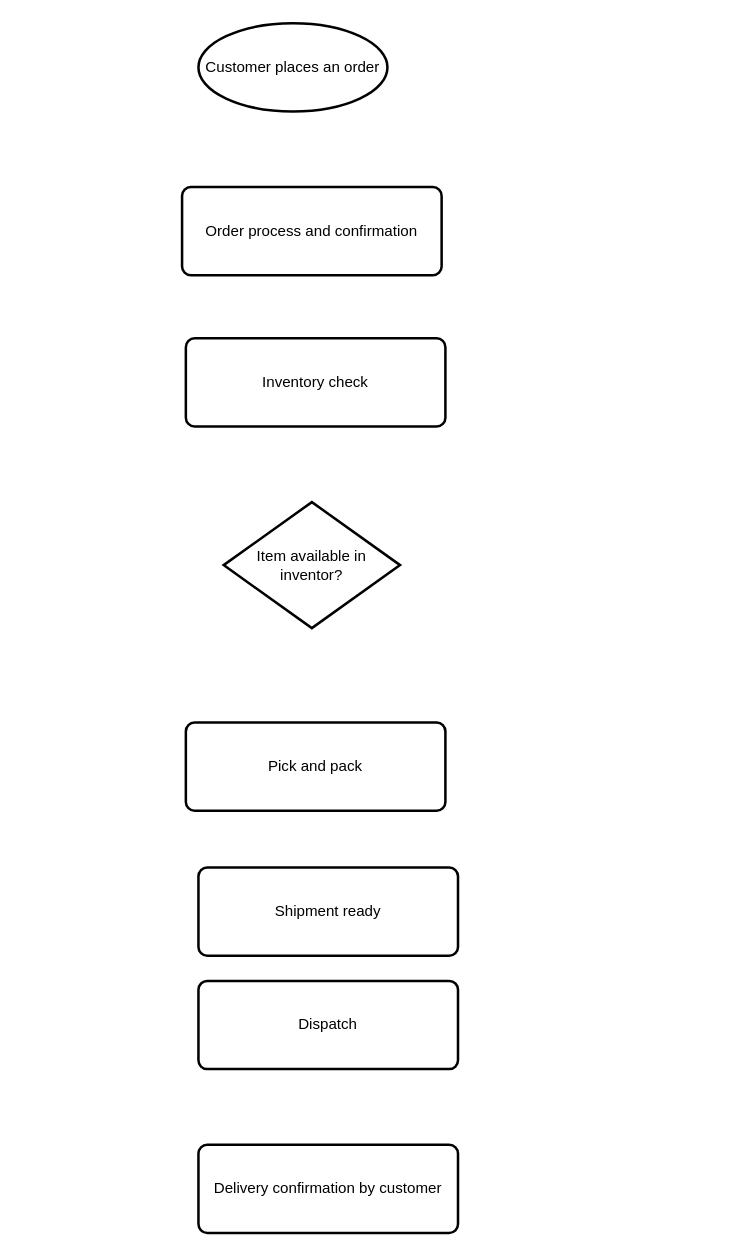
Above: Untitled Diagram.drawio in rrajdeep/cv (draw.io), before the change. Source tidied: cells renumbered, new cells numbered last; positions are measured from the earlier drawing's top-left corner, leaving out a move shared by most shapes. Both pictures are drawn from the tidied source at 126%, with x=0, y=0 at pixel (181, 23).
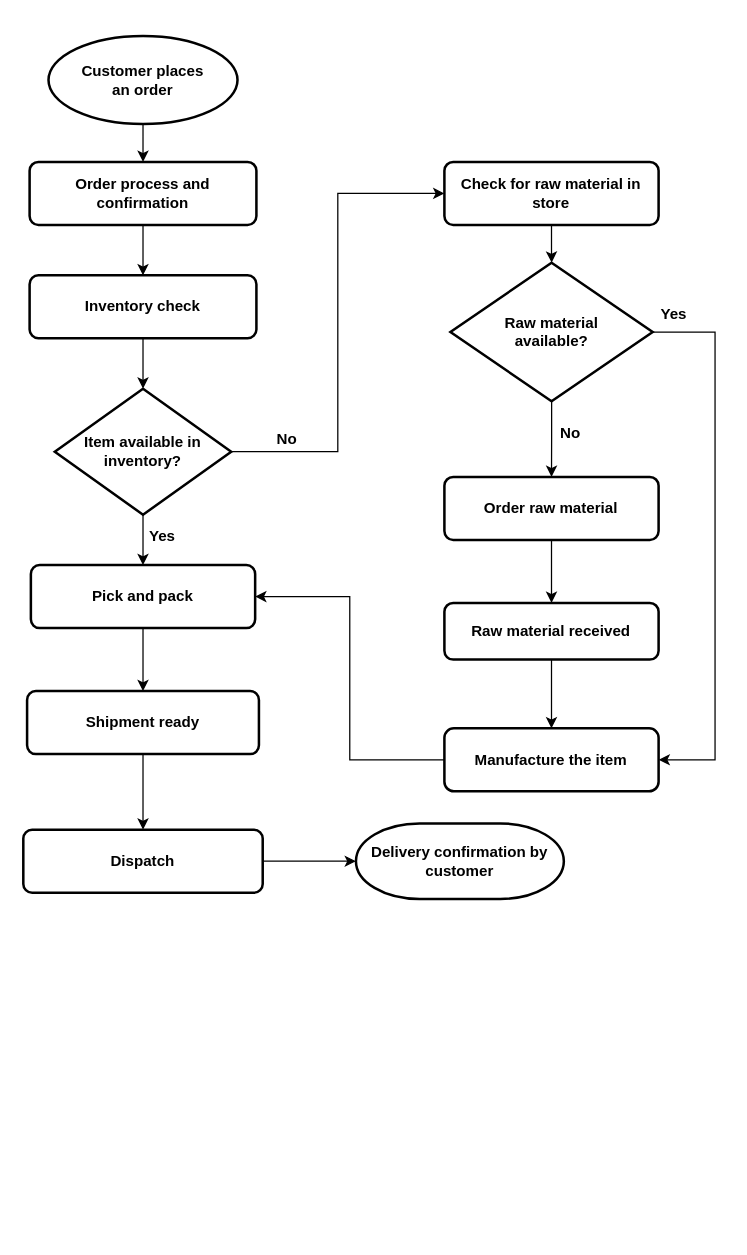
The same page after the edit.

Change to the diagram source:
```diff
@@
+    <mxCell id="10" style="edgeStyle=orthogonalEdgeStyle;rounded=0;jettySize=auto;html=1;entryX=0;entryY=0.5;entryDx=0;entryDy=0;" parent="1" edge="1" source="2" target="19">
+      <mxGeometry relative="1" as="geometry" />
+    </mxCell>
+    <mxCell id="11" style="edgeStyle=orthogonalEdgeStyle;rounded=0;jettySize=auto;html=1;" parent="1" edge="1" source="2" target="3">
+      <mxGeometry relative="1" as="geometry" />
+    </mxCell>
-    <mxCell id="2" value="Item available in inventor?" style="strokeWidth=2;html=1;shape=mxgraph.flowchart.decision;whiteSpace=wrap;" parent="1" vertex="1">
-      <mxGeometry x="33" y="380" width="140" height="100" as="geometry" />
+    <mxCell id="2" value="Item available in inventory?" style="strokeWidth=2;html=1;shape=mxgraph.flowchart.decision;whiteSpace=wrap;fontStyle=1;" parent="1" vertex="1">
+      <mxGeometry x="-101" y="290" width="140" height="100" as="geometry" />
     </mxCell>
+    <mxCell id="12" style="edgeStyle=orthogonalEdgeStyle;rounded=0;jettySize=auto;html=1;entryX=0.5;entryY=0;entryDx=0;entryDy=0;" parent="1" edge="1" source="3" target="4">
+      <mxGeometry relative="1" as="geometry" />
+    </mxCell>
-    <mxCell id="3" value="Pick and pack" style="rounded=1;whiteSpace=wrap;html=1;absoluteArcSize=1;arcSize=14;strokeWidth=2;" parent="1" vertex="1">
-      <mxGeometry x="3" y="555" width="206" height="70" as="geometry" />
+    <mxCell id="3" value="Pick and pack" style="rounded=1;whiteSpace=wrap;html=1;absoluteArcSize=1;arcSize=14;strokeWidth=2;fontStyle=1;" parent="1" vertex="1">
+      <mxGeometry x="-120" y="430" width="178" height="50" as="geometry" />
     </mxCell>
+    <mxCell id="13" style="edgeStyle=orthogonalEdgeStyle;rounded=0;jettySize=auto;html=1;" parent="1" edge="1" source="4" target="5">
+      <mxGeometry relative="1" as="geometry" />
+    </mxCell>
-    <mxCell id="4" value="Shipment ready" style="rounded=1;whiteSpace=wrap;html=1;absoluteArcSize=1;arcSize=14;strokeWidth=2;" parent="1" vertex="1">
-      <mxGeometry x="13" y="670" width="206" height="70" as="geometry" />
+    <mxCell id="4" value="Shipment ready" style="rounded=1;whiteSpace=wrap;html=1;absoluteArcSize=1;arcSize=14;strokeWidth=2;fontStyle=1;" parent="1" vertex="1">
+      <mxGeometry x="-123" y="530" width="184" height="50" as="geometry" />
     </mxCell>
+    <mxCell id="14" style="edgeStyle=orthogonalEdgeStyle;rounded=0;jettySize=auto;html=1;" parent="1" edge="1" source="5" target="6">
+      <mxGeometry relative="1" as="geometry" />
+    </mxCell>
-    <mxCell id="5" value="Dispatch" style="rounded=1;whiteSpace=wrap;html=1;absoluteArcSize=1;arcSize=14;strokeWidth=2;" parent="1" vertex="1">
-      <mxGeometry x="13" y="760" width="206" height="70" as="geometry" />
+    <mxCell id="5" value="Dispatch" style="rounded=1;whiteSpace=wrap;html=1;absoluteArcSize=1;arcSize=14;strokeWidth=2;fontStyle=1;" parent="1" vertex="1">
+      <mxGeometry x="-126" y="640" width="190" height="50" as="geometry" />
     </mxCell>
+    <mxCell id="15" style="edgeStyle=orthogonalEdgeStyle;rounded=0;jettySize=auto;html=1;" parent="1" edge="1" source="7" target="2">
+      <mxGeometry relative="1" as="geometry" />
+    </mxCell>
+    <mxCell id="7" value="Inventory check" style="rounded=1;whiteSpace=wrap;html=1;absoluteArcSize=1;arcSize=14;strokeWidth=2;fontStyle=1;" parent="1" vertex="1">
+      <mxGeometry x="-121" y="200" width="180" height="50" as="geometry" />
+    </mxCell>
+    <mxCell id="16" style="edgeStyle=orthogonalEdgeStyle;rounded=0;jettySize=auto;html=1;entryX=0.5;entryY=0;entryDx=0;entryDy=0;" parent="1" edge="1" source="8" target="7">
+      <mxGeometry relative="1" as="geometry" />
+    </mxCell>
+    <mxCell id="8" value="Order process and confirmation" style="rounded=1;whiteSpace=wrap;html=1;absoluteArcSize=1;arcSize=14;strokeWidth=2;fontStyle=1;" parent="1" vertex="1">
+      <mxGeometry x="-121" y="110" width="180" height="50" as="geometry" />
+    </mxCell>
+    <mxCell id="17" style="edgeStyle=orthogonalEdgeStyle;rounded=0;jettySize=auto;html=1;" parent="1" edge="1" source="9" target="8">
+      <mxGeometry relative="1" as="geometry" />
+    </mxCell>
+    <mxCell id="9" value="Customer places &lt;br&gt;an order" style="strokeWidth=2;html=1;shape=mxgraph.flowchart.start_1;whiteSpace=wrap;fontStyle=1;" parent="1" vertex="1">
+      <mxGeometry x="-106" y="10" width="150" height="70" as="geometry" />
+    </mxCell>
+    <mxCell id="18" style="edgeStyle=orthogonalEdgeStyle;rounded=0;jettySize=auto;html=1;" parent="1" edge="1" source="19" target="22">
+      <mxGeometry relative="1" as="geometry" />
+    </mxCell>
+    <mxCell id="19" value="Check for raw material in store" style="rounded=1;whiteSpace=wrap;html=1;absoluteArcSize=1;arcSize=14;strokeWidth=2;fontStyle=1;" parent="1" vertex="1">
+      <mxGeometry x="208.2" y="110" width="170" height="50" as="geometry" />
+    </mxCell>
+    <mxCell id="20" style="edgeStyle=orthogonalEdgeStyle;rounded=0;jettySize=auto;html=1;entryX=0.5;entryY=0;entryDx=0;entryDy=0;" parent="1" edge="1" source="22" target="26">
+      <mxGeometry relative="1" as="geometry" />
+    </mxCell>
+    <mxCell id="21" style="edgeStyle=orthogonalEdgeStyle;rounded=0;jettySize=auto;html=1;entryX=1;entryY=0.5;entryDx=0;entryDy=0;" parent="1" edge="1" source="22" target="24">
+      <mxGeometry relative="1" as="geometry">
+        <Array as="points">
+          <mxPoint x="423" y="245" />
+          <mxPoint x="423" y="584" />
+        </Array>
+      </mxGeometry>
+    </mxCell>
+    <mxCell id="22" value="Raw material &lt;br&gt;available?" style="strokeWidth=2;html=1;shape=mxgraph.flowchart.decision;whiteSpace=wrap;fontStyle=1;" parent="1" vertex="1">
+      <mxGeometry x="213" y="190" width="160.5" height="110" as="geometry" />
+    </mxCell>
+    <mxCell id="23" style="edgeStyle=orthogonalEdgeStyle;rounded=0;jettySize=auto;html=1;entryX=1;entryY=0.5;entryDx=0;entryDy=0;" parent="1" edge="1" source="24" target="3">
+      <mxGeometry relative="1" as="geometry" />
+    </mxCell>
+    <mxCell id="24" value="Manufacture the item" style="rounded=1;whiteSpace=wrap;html=1;strokeWidth=2;fontStyle=1;" parent="1" vertex="1">
+      <mxGeometry x="208.2" y="559.5" width="170" height="50" as="geometry" />
+    </mxCell>
+    <mxCell id="25" style="edgeStyle=orthogonalEdgeStyle;rounded=0;jettySize=auto;html=1;" parent="1" edge="1" source="26" target="28">
+      <mxGeometry relative="1" as="geometry" />
+    </mxCell>
+    <mxCell id="26" value="Order raw material" style="rounded=1;whiteSpace=wrap;html=1;absoluteArcSize=1;arcSize=14;strokeWidth=2;fontStyle=1;" parent="1" vertex="1">
+      <mxGeometry x="208.2" y="360" width="170" height="50" as="geometry" />
+    </mxCell>
+    <mxCell id="27" style="edgeStyle=orthogonalEdgeStyle;rounded=0;jettySize=auto;html=1;" parent="1" edge="1" source="28" target="24">
+      <mxGeometry relative="1" as="geometry" />
+    </mxCell>
+    <mxCell id="28" value="Raw material received" style="rounded=1;whiteSpace=wrap;html=1;absoluteArcSize=1;arcSize=14;strokeWidth=2;fontStyle=1;" parent="1" vertex="1">
+      <mxGeometry x="208.2" y="460" width="170" height="45" as="geometry" />
+    </mxCell>
+    <mxCell id="29" value="No" style="text;html=1;align=center;verticalAlign=middle;strokeColor=none;fillColor=none;fontStyle=1;" parent="1" vertex="1">
+      <mxGeometry x="63" y="315" width="40" height="30" as="geometry" />
+    </mxCell>
+    <mxCell id="30" value="Yes" style="text;html=1;align=center;verticalAlign=middle;strokeColor=none;fillColor=none;fontStyle=1;" parent="1" vertex="1">
+      <mxGeometry x="-36" y="392" width="40" height="30" as="geometry" />
+    </mxCell>
+    <mxCell id="31" value="No" style="text;html=1;align=center;verticalAlign=middle;strokeColor=none;fillColor=none;fontStyle=1;" parent="1" vertex="1">
+      <mxGeometry x="288" y="311" width="40" height="30" as="geometry" />
+    </mxCell>
+    <mxCell id="32" value="Yes" style="text;html=1;align=center;verticalAlign=middle;strokeColor=none;fillColor=none;fontStyle=1;" parent="1" vertex="1">
+      <mxGeometry x="370" y="216" width="40" height="30" as="geometry" />
+    </mxCell>
-    <mxCell id="6" value="Delivery confirmation by customer" style="rounded=1;whiteSpace=wrap;html=1;absoluteArcSize=1;arcSize=14;strokeWidth=2;" parent="1" vertex="1">
-      <mxGeometry x="13" y="890" width="206" height="70" as="geometry" />
+    <mxCell id="6" value="Delivery confirmation by customer" style="strokeWidth=2;html=1;shape=mxgraph.flowchart.terminator;whiteSpace=wrap;fontStyle=1;" parent="1" vertex="1">
+      <mxGeometry x="138" y="635" width="165" height="60" as="geometry" />
     </mxCell>
-    <mxCell id="7" value="Inventory check" style="rounded=1;whiteSpace=wrap;html=1;absoluteArcSize=1;arcSize=14;strokeWidth=2;" parent="1" vertex="1">
-      <mxGeometry x="3" y="250" width="206" height="70" as="geometry" />
-    </mxCell>
-    <mxCell id="8" value="Order process and confirmation" style="rounded=1;whiteSpace=wrap;html=1;absoluteArcSize=1;arcSize=14;strokeWidth=2;" parent="1" vertex="1">
-      <mxGeometry y="130" width="206" height="70" as="geometry" />
-    </mxCell>
-    <mxCell id="9" value="Customer places an order" style="strokeWidth=2;html=1;shape=mxgraph.flowchart.start_1;whiteSpace=wrap;" parent="1" vertex="1">
-      <mxGeometry x="13" width="150" height="70" as="geometry" />
-    </mxCell>
```
